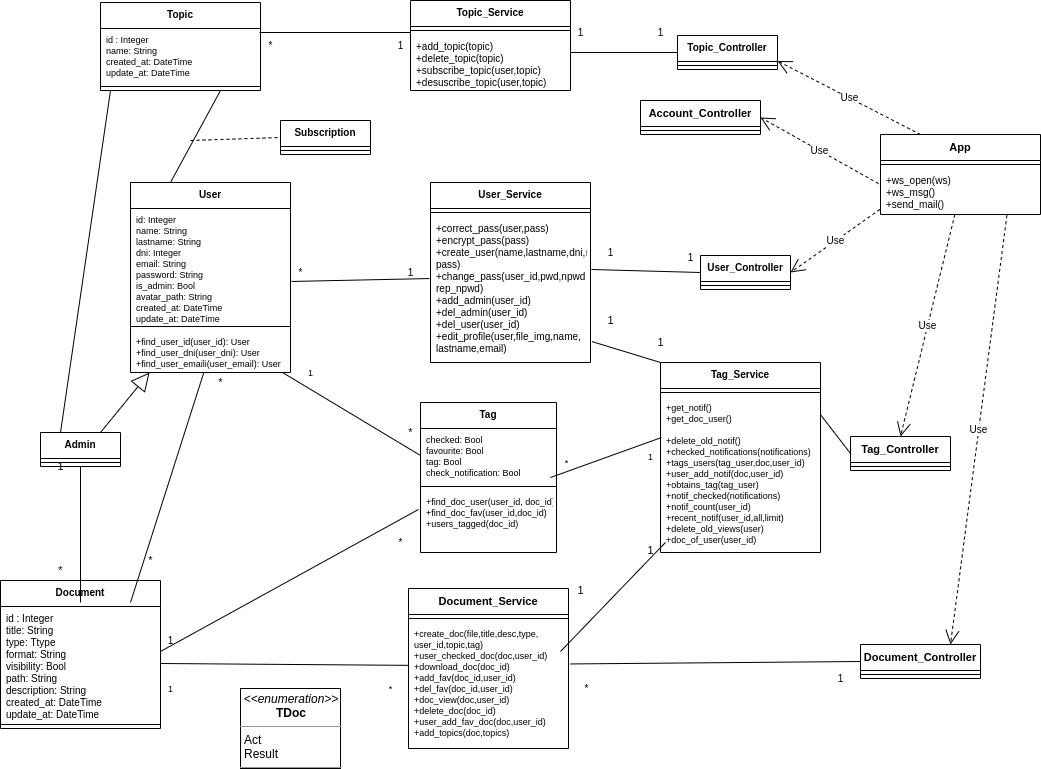
This is Documentacion/diagramas/diagrama_de_clases_ahora.png from Mati36/notifications, a draw.io export, as it was before one commit. Source tidied: cells renumbered, new cells last; positions are measured from the earlier drawing's top-left corner, leaving out a move shared by most shapes.
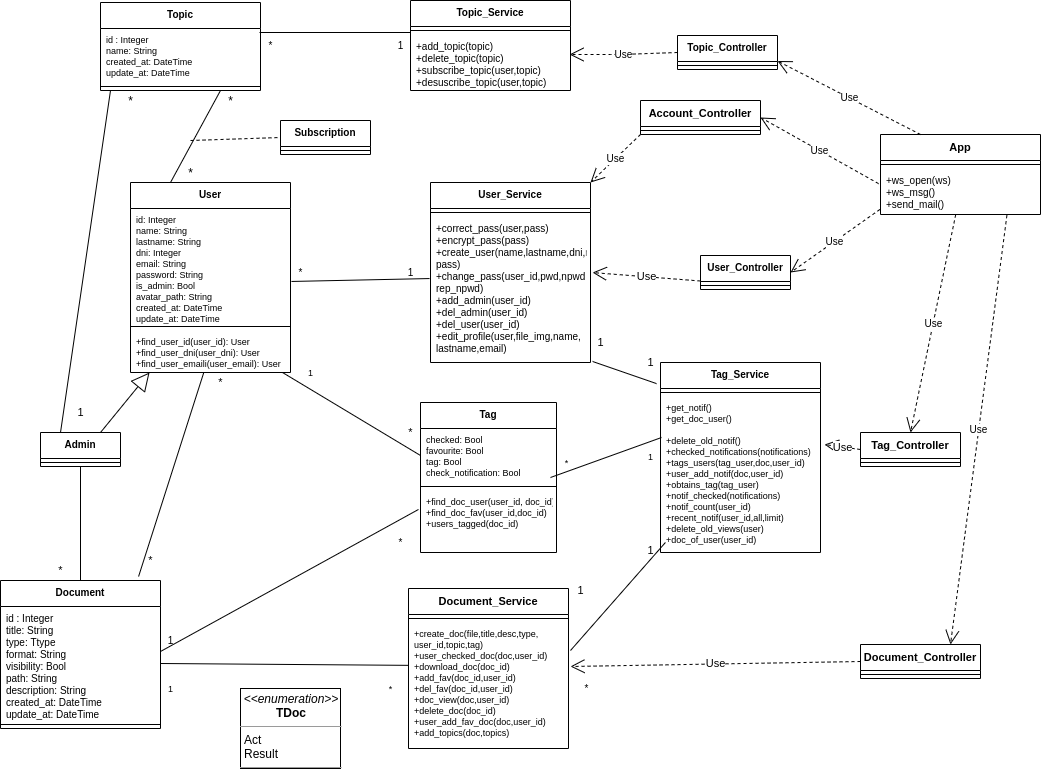
Above is the later version.

Commit message:
Refactorizacion de diagrama de clases

What changed in the source:
```diff
@@ -34,7 +34,7 @@
     </mxCell>
     <mxCell id="12" style="endArrow=none;html=1;fontSize=9;exitX=0.5;exitY=1;exitDx=0;exitDy=0;" parent="1" edge="1" source="2">
       <mxGeometry relative="1" as="geometry">
-        <mxPoint x="80" y="602" as="targetPoint" />
+        <mxPoint x="80" y="580" as="targetPoint" />
       </mxGeometry>
     </mxCell>
     <mxCell id="13" value="Tag" style="swimlane;fontStyle=1;align=center;verticalAlign=top;horizontal=1;startSize=26;fontSize=10;" parent="1" vertex="1">
@@ -53,12 +53,10 @@
       <mxGeometry x="50" y="560" width="20" height="20" as="geometry" />
     </mxCell>
     <mxCell id="18" value="&lt;font style=&quot;font-size: 11px&quot;&gt;1&lt;/font&gt;" style="text;html=1;align=center;verticalAlign=middle;fontSize=9;" parent="1" vertex="1">
-      <mxGeometry x="50" y="456" width="20" height="20" as="geometry" />
+      <mxGeometry x="70" y="402" width="20" height="20" as="geometry" />
     </mxCell>
-    <mxCell id="19" style="endArrow=none;html=1;fontSize=9;" parent="1" edge="1" target="11">
-      <mxGeometry relative="1" as="geometry">
-        <mxPoint x="130" y="602" as="sourcePoint" />
-      </mxGeometry>
+    <mxCell id="19" style="endArrow=none;html=1;fontSize=9;exitX=0.863;exitY=-0.027;exitDx=0;exitDy=0;exitPerimeter=0;" parent="1" edge="1" source="5" target="11">
+      <mxGeometry relative="1" as="geometry" />
     </mxCell>
     <mxCell id="20" value="&lt;font style=&quot;font-size: 11px&quot;&gt;*&lt;/font&gt;" style="text;html=1;align=center;verticalAlign=middle;fontSize=9;" parent="1" vertex="1">
       <mxGeometry x="140" y="550" width="20" height="20" as="geometry" />
@@ -140,17 +138,6 @@
     <mxCell id="43" style="line;strokeWidth=1;fillColor=none;align=left;verticalAlign=middle;spacingTop=-1;spacingLeft=3;spacingRight=3;labelPosition=right;" parent="42" vertex="1">
       <mxGeometry y="26" width="100" height="8" as="geometry" />
     </mxCell>
-    <mxCell id="44" style="endArrow=none;html=1;fontSize=10;entryX=0;entryY=0.5;entryDx=0;entryDy=0;" parent="1" edge="1" target="42">
-      <mxGeometry relative="1" as="geometry">
-        <mxPoint x="570" y="52" as="sourcePoint" />
-      </mxGeometry>
-    </mxCell>
-    <mxCell id="45" value="1" style="text;html=1;align=center;verticalAlign=middle;fontSize=10;" parent="1" vertex="1">
-      <mxGeometry x="570" y="22" width="20" height="20" as="geometry" />
-    </mxCell>
-    <mxCell id="46" value="1" style="text;html=1;align=center;verticalAlign=middle;fontSize=10;" parent="1" vertex="1">
-      <mxGeometry x="650" y="22" width="20" height="20" as="geometry" />
-    </mxCell>
     <mxCell id="47" value="User_Service" style="swimlane;fontStyle=1;align=center;verticalAlign=top;horizontal=1;startSize=26;fontSize=10;" parent="1" vertex="1">
       <mxGeometry x="430" y="182" width="160" height="180" as="geometry" />
     </mxCell>
@@ -175,15 +162,6 @@
     <mxCell id="54" style="line;strokeWidth=1;fillColor=none;align=left;verticalAlign=middle;spacingTop=-1;spacingLeft=3;spacingRight=3;labelPosition=right;" parent="53" vertex="1">
       <mxGeometry y="26" width="90" height="8" as="geometry" />
     </mxCell>
-    <mxCell id="55" style="endArrow=none;html=1;fontSize=10;entryX=0;entryY=0.5;entryDx=0;entryDy=0;exitX=1.006;exitY=0.363;exitDx=0;exitDy=0;exitPerimeter=0;" parent="1" edge="1" source="49" target="53">
-      <mxGeometry relative="1" as="geometry" />
-    </mxCell>
-    <mxCell id="56" value="1" style="text;html=1;align=center;verticalAlign=middle;fontSize=10;" parent="1" vertex="1">
-      <mxGeometry x="600" y="242" width="20" height="20" as="geometry" />
-    </mxCell>
-    <mxCell id="57" value="1" style="text;html=1;align=center;verticalAlign=middle;fontSize=10;" parent="1" vertex="1">
-      <mxGeometry x="680" y="247" width="20" height="20" as="geometry" />
-    </mxCell>
     <mxCell id="58" value="Tag_Service" style="swimlane;fontStyle=1;align=center;verticalAlign=top;horizontal=1;startSize=26;fontSize=10;" parent="1" vertex="1">
       <mxGeometry x="660" y="362" width="160" height="190" as="geometry" />
     </mxCell>
@@ -205,14 +183,11 @@
       <mxGeometry x="556" y="452" width="20" height="20" as="geometry" />
     </mxCell>
     <mxCell id="64" value="Tag_Controller" style="swimlane;fontStyle=1;align=center;verticalAlign=top;horizontal=1;startSize=26;fontSize=11;" parent="1" vertex="1">
-      <mxGeometry x="850" y="436" width="100" height="34" as="geometry" />
+      <mxGeometry x="860" y="432" width="100" height="34" as="geometry" />
     </mxCell>
     <mxCell id="65" style="line;strokeWidth=1;fillColor=none;align=left;verticalAlign=middle;spacingTop=-1;spacingLeft=3;spacingRight=3;labelPosition=right;" parent="64" vertex="1">
       <mxGeometry y="26" width="100" height="8" as="geometry" />
     </mxCell>
-    <mxCell id="66" style="endArrow=none;html=1;fontSize=11;exitX=0.999;exitY=0.115;exitDx=0;exitDy=0;exitPerimeter=0;entryX=0;entryY=0.5;entryDx=0;entryDy=0;" parent="1" edge="1" source="60" target="64">
-      <mxGeometry relative="1" as="geometry" />
-    </mxCell>
     <mxCell id="67" value="Document_Service" style="swimlane;fontStyle=1;align=center;verticalAlign=top;horizontal=1;startSize=26;fontSize=11;" parent="1" vertex="1">
       <mxGeometry x="408" y="588" width="160" height="160" as="geometry" />
     </mxCell>
@@ -237,9 +212,6 @@
     <mxCell id="74" style="line;strokeWidth=1;fillColor=none;align=left;verticalAlign=middle;spacingTop=-1;spacingLeft=3;spacingRight=3;labelPosition=right;" parent="73" vertex="1">
       <mxGeometry y="26" width="120" height="8" as="geometry" />
     </mxCell>
-    <mxCell id="75" style="endArrow=none;html=1;fontSize=11;exitX=1.013;exitY=0.329;exitDx=0;exitDy=0;exitPerimeter=0;entryX=0;entryY=0.5;entryDx=0;entryDy=0;" parent="1" edge="1" source="69" target="73">
-      <mxGeometry relative="1" as="geometry" />
-    </mxCell>
     <mxCell id="76" value="Account_Controller" style="swimlane;fontStyle=1;align=center;verticalAlign=top;horizontal=1;startSize=26;fontSize=11;" parent="1" vertex="1">
       <mxGeometry x="640" y="100" width="120" height="34" as="geometry" />
     </mxCell>
@@ -248,7 +220,7 @@
     </mxCell>
     <mxCell id="78" style="endArrow=none;html=1;fontSize=11;" parent="1" edge="1">
       <mxGeometry relative="1" as="geometry">
-        <mxPoint x="560" y="651" as="sourcePoint" />
+        <mxPoint x="570" y="650" as="sourcePoint" />
         <mxPoint x="664.9" y="542" as="targetPoint" />
       </mxGeometry>
     </mxCell>
@@ -258,14 +230,11 @@
     <mxCell id="80" value="1" style="text;html=1;align=center;verticalAlign=middle;fontSize=11;" parent="1" vertex="1">
       <mxGeometry x="640" y="540" width="20" height="20" as="geometry" />
     </mxCell>
-    <mxCell id="81" style="endArrow=none;html=1;fontSize=11;exitX=1.01;exitY=0.857;exitDx=0;exitDy=0;exitPerimeter=0;entryX=0;entryY=0;entryDx=0;entryDy=0;" parent="1" edge="1" source="49" target="58">
-      <mxGeometry relative="1" as="geometry" />
-    </mxCell>
     <mxCell id="82" value="1" style="text;html=1;align=center;verticalAlign=middle;fontSize=11;" parent="1" vertex="1">
-      <mxGeometry x="600" y="310" width="20" height="20" as="geometry" />
+      <mxGeometry x="590" y="332" width="20" height="20" as="geometry" />
     </mxCell>
     <mxCell id="83" value="1" style="text;html=1;align=center;verticalAlign=middle;fontSize=11;" parent="1" vertex="1">
-      <mxGeometry x="650" y="332" width="20" height="20" as="geometry" />
+      <mxGeometry x="640" y="352" width="20" height="20" as="geometry" />
     </mxCell>
     <mxCell id="84" value="App" style="swimlane;fontStyle=1;align=center;verticalAlign=top;horizontal=1;startSize=26;fontSize=11;" parent="1" vertex="1">
       <mxGeometry x="880" y="134" width="160" height="80" as="geometry" />
@@ -291,14 +260,44 @@
     <mxCell id="91" value="Use" style="endArrow=open;endSize=12;dashed=1;html=1;fontSize=10;exitX=-0.004;exitY=0.891;exitDx=0;exitDy=0;exitPerimeter=0;entryX=1;entryY=0.5;entryDx=0;entryDy=0;" parent="1" edge="1" source="86" target="53">
       <mxGeometry relative="1" as="geometry" />
     </mxCell>
-    <mxCell id="92" value="1" style="text;html=1;align=center;verticalAlign=middle;fontSize=10;" parent="1" vertex="1">
-      <mxGeometry x="830" y="668" width="20" height="20" as="geometry" />
-    </mxCell>
     <mxCell id="93" value="*" style="text;html=1;align=center;verticalAlign=middle;fontSize=10;" parent="1" vertex="1">
       <mxGeometry x="576" y="678" width="20" height="20" as="geometry" />
     </mxCell>
     <mxCell id="94" value="&lt;p style=&quot;margin: 0px ; margin-top: 4px ; text-align: center&quot;&gt;&lt;i&gt;&amp;lt;&amp;lt;enumeration&amp;gt;&amp;gt;&lt;/i&gt;&lt;br&gt;&lt;b&gt;TDoc&lt;/b&gt;&lt;/p&gt;&lt;hr size=&quot;1&quot;&gt;&lt;p style=&quot;margin: 0px ; margin-left: 4px&quot;&gt;Act&lt;br&gt;Result&lt;/p&gt;&lt;hr size=&quot;1&quot;&gt;&lt;p style=&quot;margin: 0px ; margin-left: 4px&quot;&gt;&lt;br&gt;&lt;/p&gt;" style="verticalAlign=top;align=left;overflow=fill;fontSize=12;fontFamily=Helvetica;html=1;" parent="1" vertex="1">
       <mxGeometry x="240" y="688" width="100" height="80" as="geometry" />
     </mxCell>
+    <mxCell id="95" value="*" style="text;html=1;align=center;verticalAlign=middle;" parent="1" vertex="1">
+      <mxGeometry x="120" y="90" width="20" height="20" as="geometry" />
+    </mxCell>
+    <mxCell id="96" value="*" style="text;html=1;align=center;verticalAlign=middle;" parent="1" vertex="1">
+      <mxGeometry x="220" y="90" width="20" height="20" as="geometry" />
+    </mxCell>
+    <mxCell id="97" value="*" style="text;html=1;align=center;verticalAlign=middle;" parent="1" vertex="1">
+      <mxGeometry x="180" y="162" width="20" height="20" as="geometry" />
+    </mxCell>
+    <mxCell id="98" value="Use" style="endArrow=open;endSize=12;dashed=1;html=1;fontSize=10;exitX=0;exitY=1;exitDx=0;exitDy=0;entryX=1;entryY=0;entryDx=0;entryDy=0;" parent="1" edge="1" source="76" target="47">
+      <mxGeometry relative="1" as="geometry" />
+    </mxCell>
+    <mxCell id="99" value="Use" style="endArrow=open;endSize=12;dashed=1;html=1;fontSize=10;exitX=0;exitY=0.5;exitDx=0;exitDy=0;entryX=0.994;entryY=0.357;entryDx=0;entryDy=0;entryPerimeter=0;" parent="1" edge="1" source="42" target="38">
+      <mxGeometry relative="1" as="geometry">
+        <Array as="points">
+          <mxPoint x="620" y="54" />
+        </Array>
+      </mxGeometry>
+    </mxCell>
+    <mxCell id="100" value="Use" style="endArrow=open;endSize=12;dashed=1;html=1;exitX=0;exitY=0.75;exitDx=0;exitDy=0;entryX=1.013;entryY=0.384;entryDx=0;entryDy=0;entryPerimeter=0;" parent="1" edge="1" source="53" target="49">
+      <mxGeometry relative="1" as="geometry" />
+    </mxCell>
+    <mxCell id="81" style="endArrow=none;html=1;exitX=1.013;exitY=0.993;exitDx=0;exitDy=0;exitPerimeter=0;entryX=-0.025;entryY=0.111;entryDx=0;entryDy=0;entryPerimeter=0;" parent="1" edge="1" source="49" target="58">
+      <mxGeometry relative="1" as="geometry" />
+    </mxCell>
+    <mxCell id="101" value="Use" style="endArrow=open;endSize=12;dashed=1;html=1;entryX=1.025;entryY=0.308;entryDx=0;entryDy=0;entryPerimeter=0;exitX=0;exitY=0.5;exitDx=0;exitDy=0;" parent="1" edge="1" source="64" target="60">
+      <mxGeometry relative="1" as="geometry" />
+    </mxCell>
+    <mxCell id="102" value="Use" style="endArrow=open;endSize=12;dashed=1;html=1;exitX=0;exitY=0.5;exitDx=0;exitDy=0;" parent="1" edge="1" source="73">
+      <mxGeometry relative="1" as="geometry">
+        <mxPoint x="570" y="666" as="targetPoint" />
+      </mxGeometry>
+    </mxCell>
   </root>
 </mxGraphModel>
```
